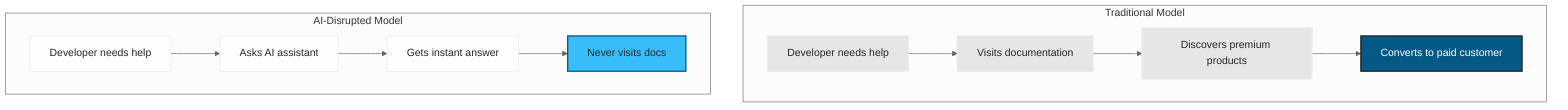
Before: src/assets/images/oss-monetization-funnel.png, a diagram exported from Mermaid (clouatre-labs/clouatre.ca). Its source is kept beside it as src/assets/diagrams/oss-monetization-funnel.mmd.
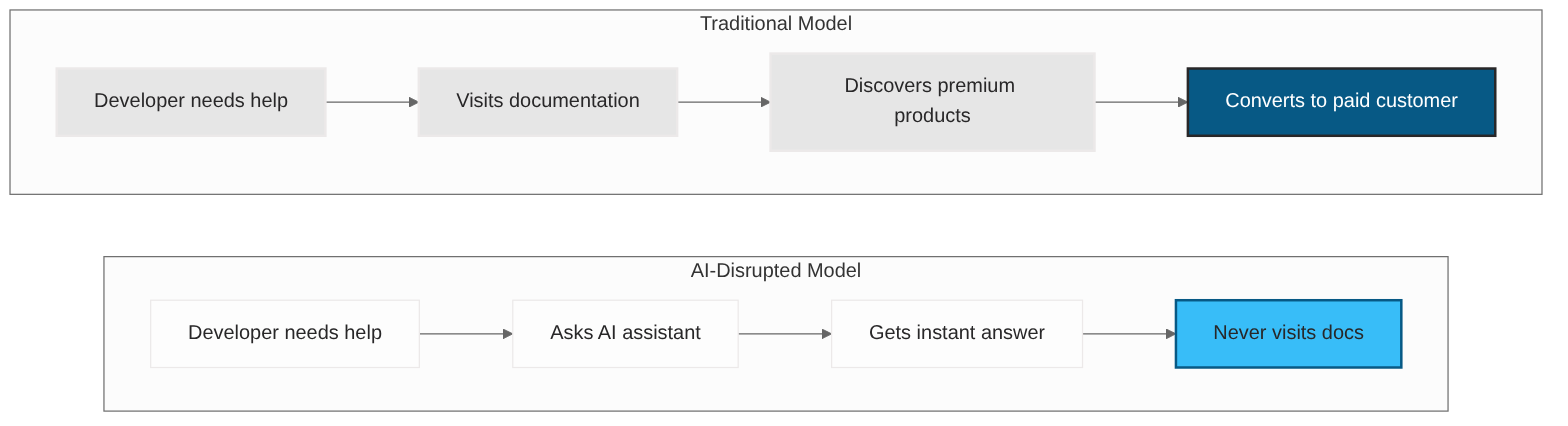
Above is the later version.

Commit message:
fix(blog): stack diagrams vertically for readability

Change to the diagram source:
```diff
@@ -1,5 +1,6 @@
 flowchart TD
     subgraph traditional["Traditional Model"]
+        direction LR
         T1[Developer needs help]
         T2[Visits documentation]
         T3[Discovers premium products]
@@ -8,12 +9,15 @@
     end
 
     subgraph ai["AI-Disrupted Model"]
+        direction LR
         A1[Developer needs help]
         A2[Asks AI assistant]
         A3[Gets instant answer]
         A4[Never visits docs]
         A1 --> A2 --> A3 --> A4
     end
+
+    traditional ~~~ ai
 
     classDef primary fill:#075985,stroke:#282728,stroke-width:2px,color:#fff
     classDef secondary fill:#e6e6e6,stroke:#ece9e9,stroke-width:2px,color:#282728
```
